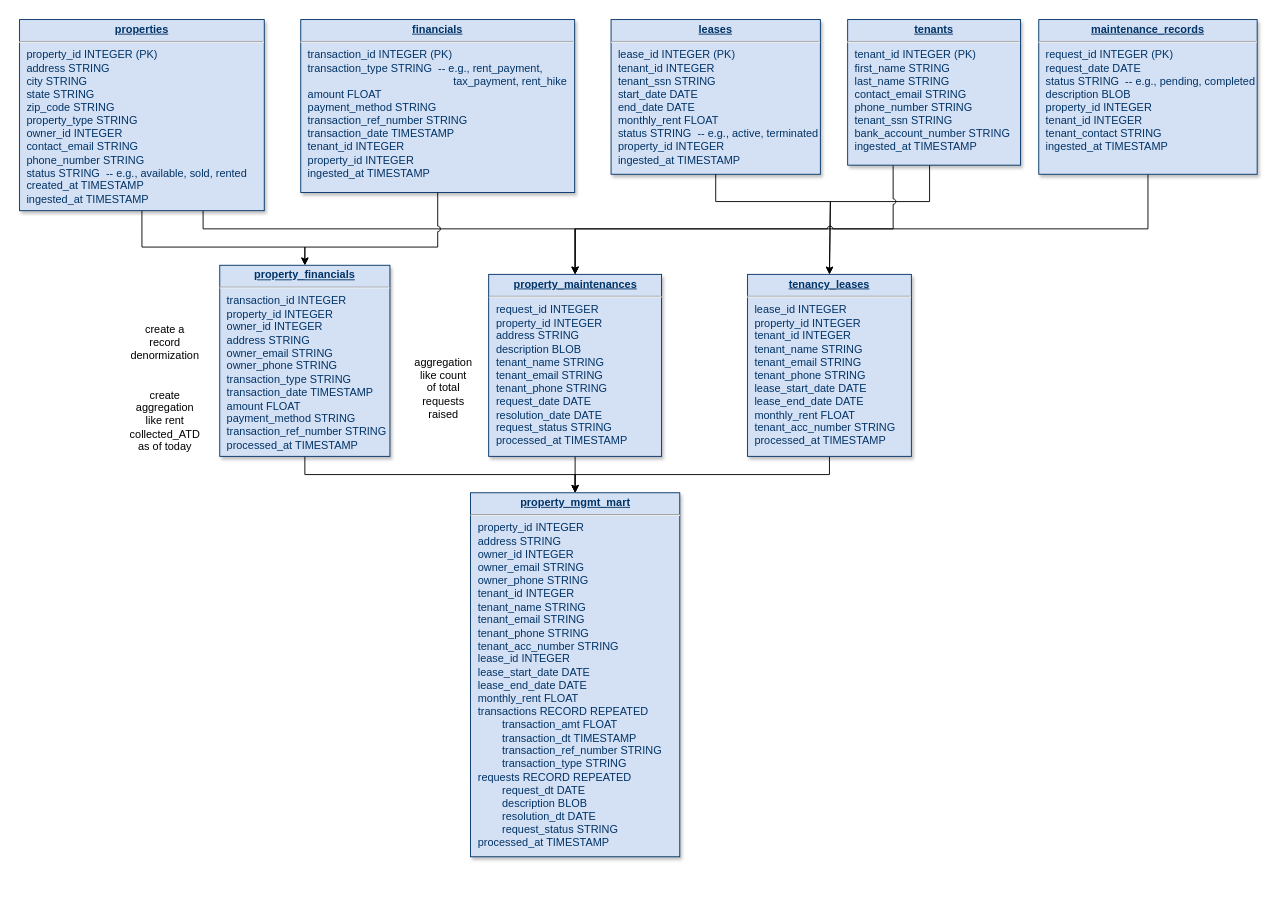
Earlier version of the draw.io diagram PFP-Sample/PFP-Data-Model.drawio (harshaldharme/ProjectSpaces). Source tidied: cells renumbered, new cells numbered last; positions are measured from the earlier drawing's top-left corner, leaving out a move shared by most shapes. Both pictures are drawn from the tidied source at 91%, with x=0, y=0 at pixel (19, 19).
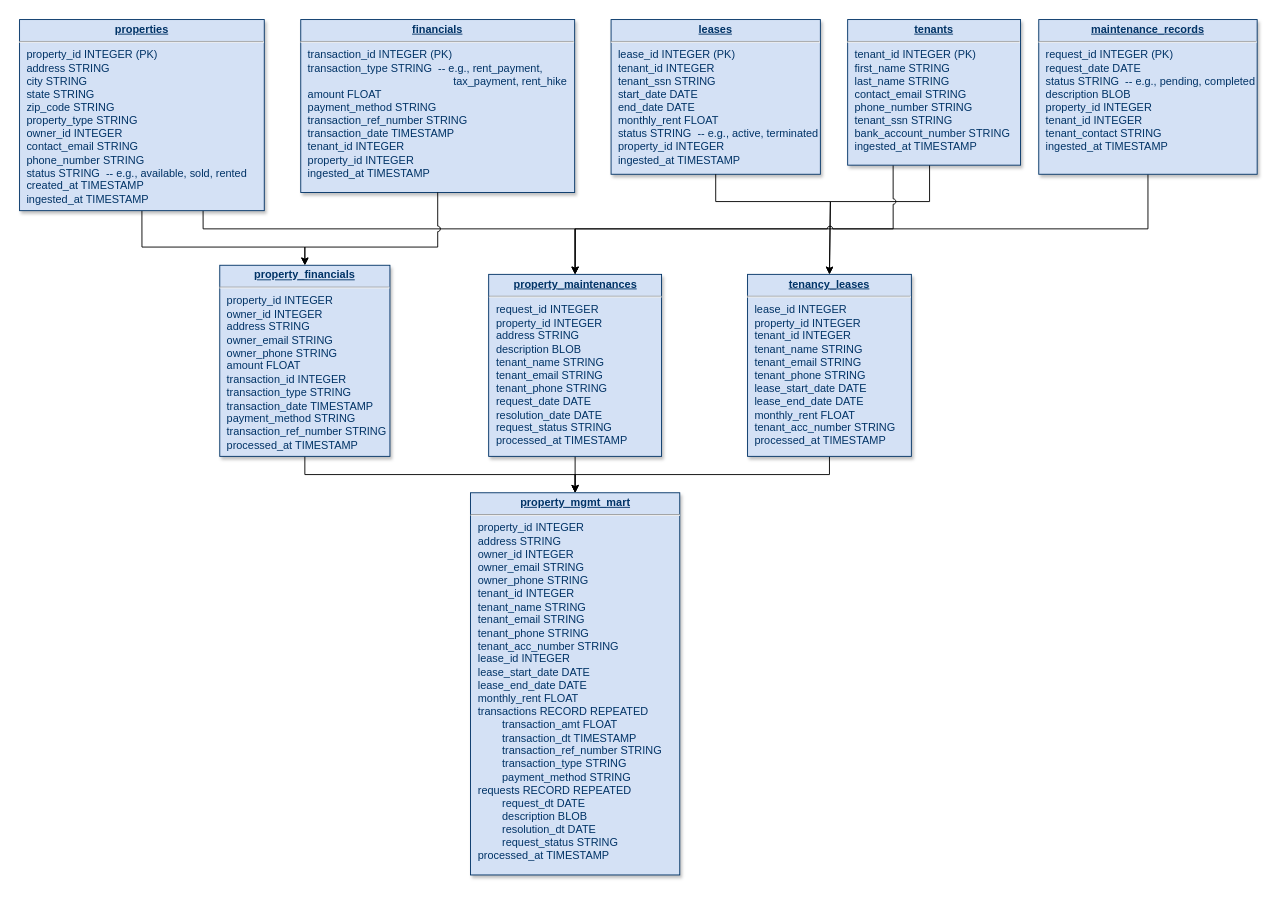
The same diagram, later.

The edit, as a diff of the source:
```diff
@@
-    <mxCell id="13" value="&lt;p style=&quot;margin: 0px; margin-top: 4px; text-align: center; text-decoration: underline;&quot;&gt;&lt;b&gt;property_financials&lt;/b&gt;&lt;/p&gt;&lt;hr&gt;&lt;p style=&quot;margin: 0px; margin-left: 8px;&quot;&gt;&lt;span style=&quot;background-color: initial;&quot;&gt;transaction_id INTEGER&lt;/span&gt;&lt;/p&gt;&lt;p style=&quot;margin: 0px; margin-left: 8px;&quot;&gt;property_id INTEGER&lt;/p&gt;&lt;p style=&quot;margin: 0px; margin-left: 8px;&quot;&gt;owner_id INTEGER&lt;/p&gt;&lt;p style=&quot;margin: 0px; margin-left: 8px;&quot;&gt;address STRING&lt;/p&gt;&lt;p style=&quot;margin: 0px; margin-left: 8px;&quot;&gt;owner_email STRING&lt;br&gt;owner_phone STRING&lt;/p&gt;&lt;p style=&quot;margin: 0px; margin-left: 8px;&quot;&gt;&lt;span style=&quot;background-color: initial;&quot;&gt;transaction_type STRING&lt;/span&gt;&lt;/p&gt;&lt;p style=&quot;margin: 0px; margin-left: 8px;&quot;&gt;&lt;span style=&quot;background-color: initial;&quot;&gt;transaction_date TIMESTAMP&lt;/span&gt;&lt;/p&gt;&lt;p style=&quot;margin: 0px 0px 0px 8px;&quot;&gt;amount FLOAT&lt;/p&gt;&lt;p style=&quot;margin: 0px; margin-left: 8px;&quot;&gt;payment_method STRING&lt;br&gt;transaction_ref_number&amp;nbsp;STRING&lt;/p&gt;&lt;p style=&quot;margin: 0px; margin-left: 8px;&quot;&gt;processed_at TIMESTAMP&lt;/p&gt;" style="verticalAlign=top;align=left;overflow=fill;fontSize=12;fontFamily=Helvetica;html=1;strokeColor=#003366;shadow=1;fillColor=#D4E1F5;fontColor=#003366;" parent="1" vertex="1">
+    <mxCell id="13" value="&lt;p style=&quot;margin: 0px; margin-top: 4px; text-align: center; text-decoration: underline;&quot;&gt;&lt;b&gt;property_financials&lt;/b&gt;&lt;/p&gt;&lt;hr&gt;&lt;p style=&quot;margin: 0px; margin-left: 8px;&quot;&gt;&lt;span style=&quot;background-color: initial;&quot;&gt;property_id INTEGER&lt;/span&gt;&lt;/p&gt;&lt;p style=&quot;margin: 0px; margin-left: 8px;&quot;&gt;owner_id INTEGER&lt;/p&gt;&lt;p style=&quot;margin: 0px; margin-left: 8px;&quot;&gt;address STRING&lt;/p&gt;&lt;p style=&quot;margin: 0px; margin-left: 8px;&quot;&gt;owner_email STRING&lt;br&gt;owner_phone STRING&lt;/p&gt;&lt;p style=&quot;margin: 0px 0px 0px 8px;&quot;&gt;amount FLOAT&lt;/p&gt;&lt;p style=&quot;margin: 0px 0px 0px 8px;&quot;&gt;&lt;span style=&quot;background-color: initial;&quot;&gt;transaction_id INTEGER&lt;/span&gt;&lt;/p&gt;&lt;p style=&quot;margin: 0px; margin-left: 8px;&quot;&gt;&lt;span style=&quot;background-color: initial;&quot;&gt;transaction_type STRING&lt;/span&gt;&lt;/p&gt;&lt;p style=&quot;margin: 0px; margin-left: 8px;&quot;&gt;&lt;span style=&quot;background-color: initial;&quot;&gt;transaction_date TIMESTAMP&lt;/span&gt;&lt;/p&gt;&lt;p style=&quot;margin: 0px 0px 0px 8px;&quot;&gt;&lt;span style=&quot;background-color: initial;&quot;&gt;payment_method STRING&lt;/span&gt;&lt;/p&gt;&lt;p style=&quot;margin: 0px; margin-left: 8px;&quot;&gt;transaction_ref_number&amp;nbsp;STRING&lt;/p&gt;&lt;p style=&quot;margin: 0px; margin-left: 8px;&quot;&gt;processed_at TIMESTAMP&lt;/p&gt;" style="verticalAlign=top;align=left;overflow=fill;fontSize=12;fontFamily=Helvetica;html=1;strokeColor=#003366;shadow=1;fillColor=#D4E1F5;fontColor=#003366;" parent="1" vertex="1">
       <mxGeometry x="220" y="270" width="187" height="210" as="geometry" />
     </mxCell>
@@
-    <mxCell id="20" value="&lt;p style=&quot;margin: 0px; margin-top: 4px; text-align: center; text-decoration: underline;&quot;&gt;&lt;b&gt;property_mgmt_mart&lt;/b&gt;&lt;/p&gt;&lt;hr&gt;&lt;p style=&quot;margin: 0px 0px 0px 8px;&quot;&gt;&lt;span style=&quot;background-color: initial;&quot;&gt;property_id INTEGER&lt;/span&gt;&lt;/p&gt;&lt;p style=&quot;margin: 0px 0px 0px 8px;&quot;&gt;address STRING&lt;/p&gt;&lt;p style=&quot;margin: 0px 0px 0px 8px;&quot;&gt;&lt;span style=&quot;background-color: initial;&quot;&gt;owner_id INTEGER&lt;/span&gt;&lt;/p&gt;&lt;p style=&quot;margin: 0px 0px 0px 8px;&quot;&gt;owner_email STRING&lt;/p&gt;&lt;p style=&quot;margin: 0px 0px 0px 8px;&quot;&gt;owner_phone STRING&lt;/p&gt;&lt;p style=&quot;margin: 0px 0px 0px 8px;&quot;&gt;tenant_id INTEGER&lt;/p&gt;&lt;p style=&quot;margin: 0px 0px 0px 8px;&quot;&gt;&lt;span style=&quot;background-color: initial;&quot;&gt;tenant_name STRING&lt;/span&gt;&lt;/p&gt;&lt;p style=&quot;margin: 0px 0px 0px 8px;&quot;&gt;tenant_email STRING&lt;/p&gt;&lt;p style=&quot;margin: 0px 0px 0px 8px;&quot;&gt;&lt;span style=&quot;background-color: initial;&quot;&gt;tenant_phone STRING&lt;/span&gt;&lt;/p&gt;&lt;p style=&quot;margin: 0px 0px 0px 8px;&quot;&gt;tenant_acc_number STRING&lt;/p&gt;&lt;p style=&quot;margin: 0px 0px 0px 8px;&quot;&gt;&lt;span style=&quot;background-color: initial;&quot;&gt;lease_id INTEGER&lt;/span&gt;&lt;/p&gt;&lt;p style=&quot;margin: 0px 0px 0px 8px;&quot;&gt;&lt;span style=&quot;background-color: initial;&quot;&gt;lease_start_date DATE&lt;/span&gt;&lt;/p&gt;&lt;p style=&quot;margin: 0px 0px 0px 8px;&quot;&gt;lease_end_date DATE&lt;/p&gt;&lt;p style=&quot;margin: 0px 0px 0px 8px;&quot;&gt;monthly_rent FLOAT&lt;/p&gt;&lt;p style=&quot;margin: 0px 0px 0px 8px;&quot;&gt;transactions RECORD REPEATED&lt;/p&gt;&lt;p style=&quot;margin: 0px 0px 0px 8px;&quot;&gt;&lt;span style=&quot;white-space: pre;&quot;&gt;&#9;&lt;/span&gt;transaction_amt FLOAT&lt;br&gt;&lt;/p&gt;&lt;p style=&quot;margin: 0px 0px 0px 8px;&quot;&gt;&lt;span style=&quot;white-space: pre;&quot;&gt;&#9;&lt;/span&gt;transaction_dt TIMESTAMP&lt;/p&gt;&lt;p style=&quot;margin: 0px 0px 0px 8px;&quot;&gt;&lt;span style=&quot;white-space: pre;&quot;&gt;&#9;&lt;/span&gt;&lt;span style=&quot;background-color: initial;&quot;&gt;transaction_ref_number STRING&lt;/span&gt;&lt;br&gt;&lt;/p&gt;&lt;p style=&quot;margin: 0px 0px 0px 8px;&quot;&gt;&lt;span style=&quot;white-space: pre;&quot;&gt;&#9;&lt;/span&gt;transaction_type STRING&lt;br&gt;&lt;/p&gt;&lt;p style=&quot;margin: 0px 0px 0px 8px;&quot;&gt;&lt;span style=&quot;background-color: initial;&quot;&gt;requests RECORD REPEATED&lt;br&gt;&lt;span style=&quot;white-space: pre;&quot;&gt;&lt;span style=&quot;white-space: pre;&quot;&gt;&#9;&lt;/span&gt;request_dt DATE&lt;/span&gt;&lt;/span&gt;&lt;/p&gt;&lt;p style=&quot;margin: 0px 0px 0px 8px;&quot;&gt;&lt;span style=&quot;background-color: initial;&quot;&gt;&lt;span style=&quot;white-space: pre;&quot;&gt;&lt;span style=&quot;white-space: pre;&quot;&gt;&#9;&lt;/span&gt;description BLOB&lt;br&gt;&lt;/span&gt;&lt;/span&gt;&lt;/p&gt;&lt;p style=&quot;margin: 0px 0px 0px 8px;&quot;&gt;&lt;span style=&quot;background-color: initial;&quot;&gt;&lt;span style=&quot;white-space: pre;&quot;&gt;&lt;span style=&quot;white-space: pre;&quot;&gt;&#9;&lt;/span&gt;resolution_dt DATE&lt;/span&gt;&lt;/span&gt;&lt;/p&gt;&lt;p style=&quot;margin: 0px 0px 0px 8px;&quot;&gt;&lt;span style=&quot;background-color: initial;&quot;&gt;&lt;span style=&quot;white-space: pre;&quot;&gt;&lt;span style=&quot;white-space: pre;&quot;&gt;&#9;&lt;/span&gt;request_status STRING&lt;/span&gt;&lt;br&gt;&lt;/span&gt;&lt;/p&gt;&lt;p style=&quot;margin: 0px 0px 0px 8px;&quot;&gt;processed_at TIMESTAMP&lt;span style=&quot;background-color: initial;&quot;&gt;&lt;span style=&quot;white-space: pre;&quot;&gt;&lt;/span&gt;&lt;/span&gt;&lt;/p&gt;" style="verticalAlign=top;align=left;overflow=fill;fontSize=12;fontFamily=Helvetica;html=1;strokeColor=#003366;shadow=1;fillColor=#D4E1F5;fontColor=#003366;" parent="1" vertex="1">
-      <mxGeometry x="495.5" y="520" width="230" height="400" as="geometry" />
+    <mxCell id="20" value="&lt;p style=&quot;margin: 0px; margin-top: 4px; text-align: center; text-decoration: underline;&quot;&gt;&lt;b&gt;property_mgmt_mart&lt;/b&gt;&lt;/p&gt;&lt;hr&gt;&lt;p style=&quot;margin: 0px 0px 0px 8px;&quot;&gt;&lt;span style=&quot;background-color: initial;&quot;&gt;property_id INTEGER&lt;/span&gt;&lt;/p&gt;&lt;p style=&quot;margin: 0px 0px 0px 8px;&quot;&gt;address STRING&lt;/p&gt;&lt;p style=&quot;margin: 0px 0px 0px 8px;&quot;&gt;&lt;span style=&quot;background-color: initial;&quot;&gt;owner_id INTEGER&lt;/span&gt;&lt;/p&gt;&lt;p style=&quot;margin: 0px 0px 0px 8px;&quot;&gt;owner_email STRING&lt;/p&gt;&lt;p style=&quot;margin: 0px 0px 0px 8px;&quot;&gt;owner_phone STRING&lt;/p&gt;&lt;p style=&quot;margin: 0px 0px 0px 8px;&quot;&gt;tenant_id INTEGER&lt;/p&gt;&lt;p style=&quot;margin: 0px 0px 0px 8px;&quot;&gt;&lt;span style=&quot;background-color: initial;&quot;&gt;tenant_name STRING&lt;/span&gt;&lt;/p&gt;&lt;p style=&quot;margin: 0px 0px 0px 8px;&quot;&gt;tenant_email STRING&lt;/p&gt;&lt;p style=&quot;margin: 0px 0px 0px 8px;&quot;&gt;&lt;span style=&quot;background-color: initial;&quot;&gt;tenant_phone STRING&lt;/span&gt;&lt;/p&gt;&lt;p style=&quot;margin: 0px 0px 0px 8px;&quot;&gt;tenant_acc_number STRING&lt;/p&gt;&lt;p style=&quot;margin: 0px 0px 0px 8px;&quot;&gt;&lt;span style=&quot;background-color: initial;&quot;&gt;lease_id INTEGER&lt;/span&gt;&lt;/p&gt;&lt;p style=&quot;margin: 0px 0px 0px 8px;&quot;&gt;&lt;span style=&quot;background-color: initial;&quot;&gt;lease_start_date DATE&lt;/span&gt;&lt;/p&gt;&lt;p style=&quot;margin: 0px 0px 0px 8px;&quot;&gt;lease_end_date DATE&lt;/p&gt;&lt;p style=&quot;margin: 0px 0px 0px 8px;&quot;&gt;monthly_rent FLOAT&lt;/p&gt;&lt;p style=&quot;margin: 0px 0px 0px 8px;&quot;&gt;transactions RECORD REPEATED&lt;/p&gt;&lt;p style=&quot;margin: 0px 0px 0px 8px;&quot;&gt;&lt;span style=&quot;white-space: pre;&quot;&gt;&#9;&lt;/span&gt;transaction_amt FLOAT&lt;br&gt;&lt;/p&gt;&lt;p style=&quot;margin: 0px 0px 0px 8px;&quot;&gt;&lt;span style=&quot;white-space: pre;&quot;&gt;&#9;&lt;/span&gt;transaction_dt TIMESTAMP&lt;/p&gt;&lt;p style=&quot;margin: 0px 0px 0px 8px;&quot;&gt;&lt;span style=&quot;white-space: pre;&quot;&gt;&#9;&lt;/span&gt;&lt;span style=&quot;background-color: initial;&quot;&gt;transaction_ref_number STRING&lt;/span&gt;&lt;br&gt;&lt;/p&gt;&lt;p style=&quot;margin: 0px 0px 0px 8px;&quot;&gt;&lt;span style=&quot;white-space: pre;&quot;&gt;&#9;&lt;/span&gt;transaction_type STRING&lt;br&gt;&lt;/p&gt;&lt;p style=&quot;margin: 0px 0px 0px 8px;&quot;&gt;&lt;span style=&quot;white-space: pre;&quot;&gt;&#9;&lt;/span&gt;payment_method STRING&lt;br&gt;&lt;/p&gt;&lt;p style=&quot;margin: 0px 0px 0px 8px;&quot;&gt;&lt;span style=&quot;background-color: initial;&quot;&gt;requests RECORD REPEATED&lt;br&gt;&lt;span style=&quot;white-space: pre;&quot;&gt;&lt;span style=&quot;white-space: pre;&quot;&gt;&#9;&lt;/span&gt;request_dt DATE&lt;/span&gt;&lt;/span&gt;&lt;/p&gt;&lt;p style=&quot;margin: 0px 0px 0px 8px;&quot;&gt;&lt;span style=&quot;background-color: initial;&quot;&gt;&lt;span style=&quot;white-space: pre;&quot;&gt;&lt;span style=&quot;white-space: pre;&quot;&gt;&#9;&lt;/span&gt;description BLOB&lt;br&gt;&lt;/span&gt;&lt;/span&gt;&lt;/p&gt;&lt;p style=&quot;margin: 0px 0px 0px 8px;&quot;&gt;&lt;span style=&quot;background-color: initial;&quot;&gt;&lt;span style=&quot;white-space: pre;&quot;&gt;&lt;span style=&quot;white-space: pre;&quot;&gt;&#9;&lt;/span&gt;resolution_dt DATE&lt;/span&gt;&lt;/span&gt;&lt;/p&gt;&lt;p style=&quot;margin: 0px 0px 0px 8px;&quot;&gt;&lt;span style=&quot;background-color: initial;&quot;&gt;&lt;span style=&quot;white-space: pre;&quot;&gt;&lt;span style=&quot;white-space: pre;&quot;&gt;&#9;&lt;/span&gt;request_status STRING&lt;/span&gt;&lt;/span&gt;&lt;/p&gt;&lt;p style=&quot;margin: 0px 0px 0px 8px;&quot;&gt;processed_at TIMESTAMP&lt;span style=&quot;background-color: initial;&quot;&gt;&lt;span style=&quot;white-space: pre;&quot;&gt;&lt;/span&gt;&lt;/span&gt;&lt;/p&gt;" style="verticalAlign=top;align=left;overflow=fill;fontSize=12;fontFamily=Helvetica;html=1;strokeColor=#003366;shadow=1;fillColor=#D4E1F5;fontColor=#003366;" parent="1" vertex="1">
+      <mxGeometry x="495.5" y="520" width="230" height="420" as="geometry" />
     </mxCell>
-    <mxCell id="21" value="create a record denormization&lt;div&gt;&lt;br&gt;&lt;/div&gt;&lt;div&gt;&lt;br&gt;&lt;/div&gt;&lt;div&gt;create aggregation like rent collected_ATD as of today&lt;/div&gt;" style="text;html=1;align=center;verticalAlign=middle;whiteSpace=wrap;rounded=0;" parent="1" vertex="1">
-      <mxGeometry x="130" y="390" width="60" height="30" as="geometry" />
-    </mxCell>
-    <mxCell id="22" value="aggregation&lt;div&gt;like count of total requests raised&lt;/div&gt;" style="text;html=1;align=center;verticalAlign=middle;whiteSpace=wrap;rounded=0;" parent="1" vertex="1">
-      <mxGeometry x="436" y="390" width="60" height="30" as="geometry" />
-    </mxCell>
```
